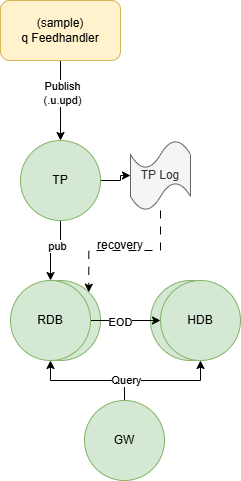
Above: arch/kdb-x-architecture.png in KxSystems/kdbx-tick-reference-architecture (draw.io), before the change. Source tidied: cells renumbered, new cells last; positions are measured from the earlier drawing's top-left corner, leaving out a move shared by most shapes.
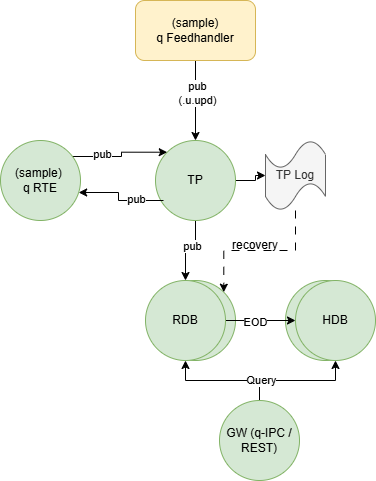
After the change.

Change to the diagram source:
```diff
@@ -17,7 +17,7 @@
     <mxCell id="6" style="edgeStyle=orthogonalEdgeStyle;rounded=0;jettySize=auto;html=1;entryX=0.5;entryY=0;entryDx=0;entryDy=0;" parent="1" edge="1" source="8" target="5">
       <mxGeometry relative="1" as="geometry" />
     </mxCell>
-    <mxCell id="7" value="Publish&lt;div&gt;(.u.upd)&lt;/div&gt;" style="edgeLabel;html=1;align=center;verticalAlign=middle;" parent="6" vertex="1">
+    <mxCell id="7" value="pub&lt;div&gt;(.u.upd)&lt;/div&gt;" style="edgeLabel;html=1;align=center;verticalAlign=middle;" parent="6" vertex="1">
       <mxGeometry x="-0.2" y="1" relative="1" as="geometry" />
     </mxCell>
     <mxCell id="8" value="(sample)&lt;div&gt;q Feedhandler&lt;/div&gt;" style="rounded=1;whiteSpace=wrap;html=1;fillColor=#fff2cc;strokeColor=#d6b656;" parent="1" vertex="1">
@@ -49,7 +49,7 @@
     <mxCell id="15" value="Query" style="edgeLabel;html=1;align=center;verticalAlign=middle;" parent="14" vertex="1">
       <mxGeometry x="-0.64" y="1" relative="1" as="geometry" />
     </mxCell>
-    <mxCell id="16" value="GW" style="ellipse;whiteSpace=wrap;html=1;fillColor=#d5e8d4;strokeColor=#82b366;" parent="1" vertex="1">
+    <mxCell id="16" value="GW (q-IPC / REST)" style="ellipse;whiteSpace=wrap;html=1;fillColor=#d5e8d4;strokeColor=#82b366;" parent="1" vertex="1">
       <mxGeometry x="84" y="400" width="80" height="80" as="geometry" />
     </mxCell>
     <mxCell id="17" style="edgeStyle=orthogonalEdgeStyle;rounded=0;jettySize=auto;html=1;entryX=0;entryY=0.5;entryDx=0;entryDy=0;" parent="1" edge="1" source="19" target="20">
@@ -67,5 +67,34 @@
     <mxCell id="21" value="recovery" style="text;html=1;whiteSpace=wrap;strokeColor=none;fillColor=none;align=center;verticalAlign=middle;rounded=0;" parent="1" vertex="1">
       <mxGeometry x="90" y="230" width="60" height="30" as="geometry" />
     </mxCell>
+    <mxCell id="22" style="edgeStyle=orthogonalEdgeStyle;rounded=0;jettySize=auto;html=1;entryX=0;entryY=0;entryDx=0;entryDy=0;startArrow=none;startFill=0;" parent="1" edge="1" source="24" target="5">
+      <mxGeometry relative="1" as="geometry">
+        <Array as="points">
+          <mxPoint x="-14" y="156" />
+          <mxPoint x="-14" y="152" />
+        </Array>
+      </mxGeometry>
+    </mxCell>
+    <mxCell id="23" value="pub" style="edgeLabel;html=1;align=center;verticalAlign=middle;" parent="22" vertex="1">
+      <mxGeometry x="0.26" y="-1" relative="1" as="geometry">
+        <mxPoint x="-28" y="1" as="offset" />
+      </mxGeometry>
+    </mxCell>
+    <mxCell id="24" value="(sample)&amp;nbsp;&lt;div&gt;q RTE&lt;/div&gt;" style="ellipse;whiteSpace=wrap;html=1;fillColor=#d5e8d4;strokeColor=#82b366;" parent="1" vertex="1">
+      <mxGeometry x="-135" y="140" width="80" height="80" as="geometry" />
+    </mxCell>
+    <mxCell id="25" style="edgeStyle=orthogonalEdgeStyle;rounded=0;jettySize=auto;html=1;entryX=0.1;entryY=0.75;entryDx=0;entryDy=0;entryPerimeter=0;startArrow=classic;startFill=1;endArrow=none;endFill=0;" parent="1" edge="1" source="24" target="5">
+      <mxGeometry relative="1" as="geometry">
+        <Array as="points">
+          <mxPoint x="-17" y="192" />
+          <mxPoint x="-17" y="200" />
+        </Array>
+      </mxGeometry>
+    </mxCell>
+    <mxCell id="26" value="pub" style="edgeLabel;html=1;align=center;verticalAlign=middle;" parent="25" vertex="1">
+      <mxGeometry x="-0.03" y="1" relative="1" as="geometry">
+        <mxPoint x="16" y="1" as="offset" />
+      </mxGeometry>
+    </mxCell>
   </root>
 </mxGraphModel>
```
